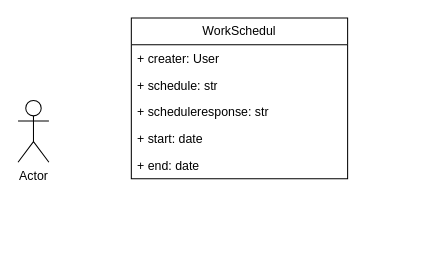
This is 工作计划管理系统.drawio from gaochaowyq/MinderGraph, a draw.io file, before an edit. Source tidied: cells renumbered, new cells numbered last; positions are measured from the earlier drawing's top-left corner, leaving out a move shared by most shapes. Both pictures are drawn from the tidied source at 103%, with x=0, y=0 at pixel (18, 18).
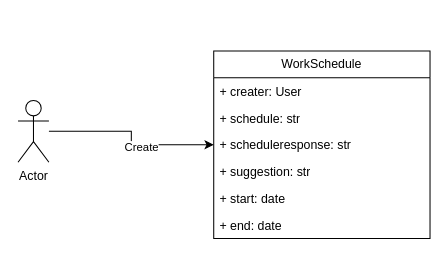
Above is the later version.

Commit message (it also covers changes not shown here):
更新工作计划管理系统.drawio

What changed in the source:
```diff
@@
 <mxGraphModel>
   <root>
     <mxCell id="0" />
     <mxCell id="1" parent="0" />
+    <mxCell id="9" style="edgeStyle=orthogonalEdgeStyle;rounded=0;jettySize=auto;html=1;entryX=0;entryY=0.5;entryDx=0;entryDy=0;" parent="1" edge="1" source="2" target="3">
+      <mxGeometry relative="1" as="geometry" />
+    </mxCell>
+    <mxCell id="10" value="Create" style="edgeLabel;html=1;align=center;verticalAlign=middle;" parent="9" vertex="1">
+      <mxGeometry x="0.18" y="-2" relative="1" as="geometry" />
+    </mxCell>
     <mxCell id="2" value="Actor" style="shape=umlActor;verticalLabelPosition=bottom;verticalAlign=top;html=1;" parent="1" vertex="1">
       <mxGeometry y="80" width="30" height="60" as="geometry" />
     </mxCell>
-    <mxCell id="3" value="WorkSchedul" style="swimlane;fontStyle=0;horizontal=1;startSize=26;fillColor=none;whiteSpace=wrap;html=1;" parent="1" vertex="1">
-      <mxGeometry x="110" width="210" height="156" as="geometry" />
+    <mxCell id="3" value="WorkSchedule" style="swimlane;fontStyle=0;horizontal=1;startSize=26;fillColor=none;whiteSpace=wrap;html=1;" parent="1" vertex="1">
+      <mxGeometry x="190" y="32" width="210" height="182" as="geometry" />
     </mxCell>
     <mxCell id="4" value="+ creater: User" style="text;strokeColor=none;fillColor=none;align=left;verticalAlign=top;spacingLeft=4;spacingRight=4;overflow=hidden;whiteSpace=wrap;html=1;" parent="3" vertex="1">
       <mxGeometry y="26" width="210" height="26" as="geometry" />
     </mxCell>
     <mxCell id="5" value="+ schedule: str" style="text;strokeColor=none;fillColor=none;align=left;verticalAlign=top;spacingLeft=4;spacingRight=4;overflow=hidden;whiteSpace=wrap;html=1;" parent="3" vertex="1">
       <mxGeometry y="52" width="210" height="26" as="geometry" />
     </mxCell>
     <mxCell id="6" value="+ scheduleresponse: str" style="text;strokeColor=none;fillColor=none;align=left;verticalAlign=top;spacingLeft=4;spacingRight=4;overflow=hidden;whiteSpace=wrap;html=1;" parent="3" vertex="1">
       <mxGeometry y="78" width="210" height="26" as="geometry" />
     </mxCell>
+    <mxCell id="11" value="+ suggestion: str" style="text;strokeColor=none;fillColor=none;align=left;verticalAlign=top;spacingLeft=4;spacingRight=4;overflow=hidden;whiteSpace=wrap;html=1;" parent="3" vertex="1">
+      <mxGeometry y="104" width="210" height="26" as="geometry" />
+    </mxCell>
     <mxCell id="7" value="+ start: date" style="text;strokeColor=none;fillColor=none;align=left;verticalAlign=top;spacingLeft=4;spacingRight=4;overflow=hidden;whiteSpace=wrap;html=1;" parent="3" vertex="1">
-      <mxGeometry y="104" width="210" height="26" as="geometry" />
+      <mxGeometry y="130" width="210" height="26" as="geometry" />
     </mxCell>
     <mxCell id="8" value="+ end: date" style="text;strokeColor=none;fillColor=none;align=left;verticalAlign=top;spacingLeft=4;spacingRight=4;overflow=hidden;whiteSpace=wrap;html=1;" parent="3" vertex="1">
-      <mxGeometry y="130" width="210" height="26" as="geometry" />
+      <mxGeometry y="156" width="210" height="26" as="geometry" />
     </mxCell>
   </root>
 </mxGraphModel>
```
